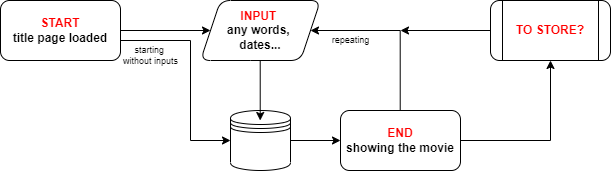
The draw.io diagram BibleSays.png in whitewhitefang/flowcharts, before a commit. Source tidied: cells renumbered, new cells last; positions are measured from the earlier drawing's top-left corner, leaving out a move shared by most shapes.
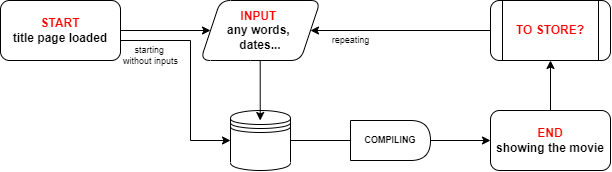
Above is the later version.

What changed in the source:
```diff
@@ -11,7 +11,7 @@
     <mxCell id="4" value="&lt;b&gt;&lt;font color=&quot;#ff0000&quot;&gt;INPUT&amp;nbsp;&lt;br&gt;&lt;/font&gt;any words, &lt;br&gt;dates...&lt;/b&gt;" style="shape=parallelogram;perimeter=parallelogramPerimeter;whiteSpace=wrap;html=1;fixedSize=1;rounded=1;" parent="1" vertex="1">
       <mxGeometry x="200" width="120" height="60" as="geometry" />
     </mxCell>
-    <mxCell id="5" style="edgeStyle=orthogonalEdgeStyle;rounded=0;jettySize=auto;html=1;fontSize=9;fontColor=#000000;" parent="1" edge="1" source="6" target="11">
+    <mxCell id="5" style="edgeStyle=orthogonalEdgeStyle;rounded=0;jettySize=auto;html=1;fontSize=9;fontColor=#000000;startArrow=none;" parent="1" edge="1" source="16" target="11">
       <mxGeometry relative="1" as="geometry" />
     </mxCell>
     <mxCell id="6" style="shape=datastore;whiteSpace=wrap;html=1;fontColor=#FF0000;" parent="1" vertex="1">
@@ -40,27 +40,24 @@
       <mxGeometry relative="1" as="geometry" />
     </mxCell>
     <mxCell id="11" value="&lt;b&gt;END&lt;/b&gt;&lt;br&gt;&lt;font color=&quot;#000000&quot;&gt;&lt;b&gt;showing the movie&lt;/b&gt;&lt;/font&gt;" style="rounded=1;whiteSpace=wrap;html=1;fontColor=#FF0000;" parent="1" vertex="1">
-      <mxGeometry x="340" y="110" width="120" height="60" as="geometry" />
+      <mxGeometry x="490" y="110" width="120" height="60" as="geometry" />
     </mxCell>
-    <mxCell id="12" style="edgeStyle=orthogonalEdgeStyle;rounded=0;jettySize=auto;html=1;fontSize=9;fontColor=#000000;" parent="1" edge="1" target="4">
-      <mxGeometry relative="1" as="geometry">
-        <mxPoint x="399.7" y="110" as="sourcePoint" />
-        <Array as="points">
-          <mxPoint x="400" y="30" />
-        </Array>
-      </mxGeometry>
-    </mxCell>
     <mxCell id="13" value="repeating&lt;br&gt;" style="text;html=1;align=center;verticalAlign=middle;strokeColor=none;fillColor=none;fontSize=9;fontColor=#000000;" parent="1" vertex="1">
       <mxGeometry x="325" y="30" width="50" height="20" as="geometry" />
     </mxCell>
     <mxCell id="14" value="&lt;b&gt;TO STORE?&lt;/b&gt;" style="shape=process;whiteSpace=wrap;html=1;backgroundOutline=1;fontColor=#FF0000;rounded=1;" parent="1" vertex="1">
       <mxGeometry x="490" width="120" height="60" as="geometry" />
     </mxCell>
-    <mxCell id="15" style="edgeStyle=orthogonalEdgeStyle;rounded=0;orthogonalLoop=1;jettySize=auto;html=1;fontColor=#FF0000;" parent="1" edge="1">
+    <mxCell id="15" style="edgeStyle=orthogonalEdgeStyle;rounded=0;jettySize=auto;html=1;fontColor=#FF0000;entryX=1;entryY=0.5;entryDx=0;entryDy=0;" parent="1" edge="1" target="4">
       <mxGeometry relative="1" as="geometry">
         <mxPoint x="490" y="30" as="sourcePoint" />
-        <mxPoint x="400" y="30" as="targetPoint" />
       </mxGeometry>
     </mxCell>
+    <mxCell id="16" value="COMPILING" style="shape=delay;whiteSpace=wrap;html=1;fontSize=9;fontColor=#000000;fontStyle=1;" parent="1" vertex="1">
+      <mxGeometry x="350" y="120" width="80" height="40" as="geometry" />
+    </mxCell>
+    <mxCell id="17" style="edgeStyle=orthogonalEdgeStyle;rounded=0;jettySize=auto;html=1;fontSize=9;fontColor=#000000;endArrow=none;" parent="1" edge="1" source="6" target="16">
+      <mxGeometry relative="1" as="geometry" />
+    </mxCell>
   </root>
 </mxGraphModel>
```
